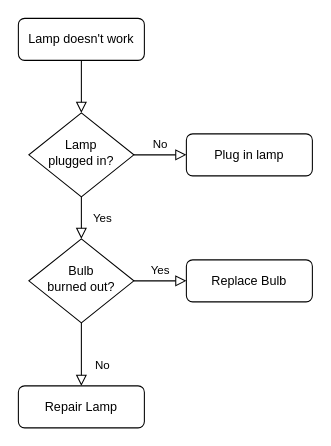
This is trurank_share.drawio from edmundchang/refshare, a draw.io file, before an edit. Source tidied: cells renumbered, new cells numbered last; positions are measured from the earlier drawing's top-left corner, leaving out a move shared by most shapes. Both pictures are drawn from the tidied source at 105%, with x=0, y=0 at pixel (18, 18).
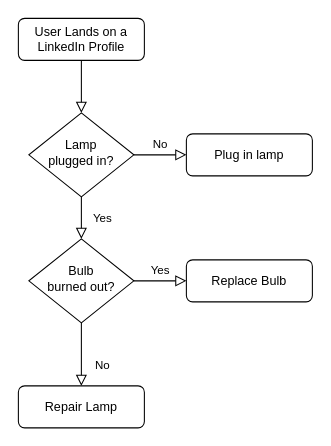
The same diagram, later.

Diff of the diagram source:
```diff
@@
 <mxGraphModel>
   <root>
     <mxCell id="0" />
     <mxCell id="1" parent="0" />
     <mxCell id="2" style="rounded=0;html=1;jettySize=auto;fontSize=11;endArrow=block;endFill=0;endSize=8;strokeWidth=1;shadow=0;labelBackgroundColor=none;edgeStyle=orthogonalEdgeStyle;" parent="1" edge="1" source="3" target="6">
       <mxGeometry relative="1" as="geometry" />
     </mxCell>
-    <mxCell id="3" value="Lamp doesn't work" style="rounded=1;whiteSpace=wrap;html=1;fontSize=12;glass=0;strokeWidth=1;shadow=0;" parent="1" vertex="1">
+    <mxCell id="3" value="User Lands on a LinkedIn Profile" style="rounded=1;whiteSpace=wrap;html=1;fontSize=12;glass=0;strokeWidth=1;shadow=0;" parent="1" vertex="1">
       <mxGeometry width="120" height="40" as="geometry" />
     </mxCell>
     <mxCell id="4" value="Yes" style="rounded=0;html=1;jettySize=auto;fontSize=11;endArrow=block;endFill=0;endSize=8;strokeWidth=1;shadow=0;labelBackgroundColor=none;edgeStyle=orthogonalEdgeStyle;" parent="1" edge="1" source="6" target="10">
       <mxGeometry y="20" relative="1" as="geometry" />
     </mxCell>
     <mxCell id="5" value="No" style="edgeStyle=orthogonalEdgeStyle;rounded=0;html=1;jettySize=auto;fontSize=11;endArrow=block;endFill=0;endSize=8;strokeWidth=1;shadow=0;labelBackgroundColor=none;" parent="1" edge="1" source="6" target="7">
       <mxGeometry y="10" relative="1" as="geometry" />
     </mxCell>
     <mxCell id="6" value="Lamp&lt;br&gt;plugged in?" style="rhombus;whiteSpace=wrap;html=1;shadow=0;fontFamily=Helvetica;fontSize=12;align=center;strokeWidth=1;spacing=6;spacingTop=-4;" parent="1" vertex="1">
       <mxGeometry x="10" y="90" width="100" height="80" as="geometry" />
     </mxCell>
     <mxCell id="7" value="Plug in lamp" style="rounded=1;whiteSpace=wrap;html=1;fontSize=12;glass=0;strokeWidth=1;shadow=0;" parent="1" vertex="1">
       <mxGeometry x="160" y="110" width="120" height="40" as="geometry" />
     </mxCell>
     <mxCell id="8" value="No" style="rounded=0;html=1;jettySize=auto;fontSize=11;endArrow=block;endFill=0;endSize=8;strokeWidth=1;shadow=0;labelBackgroundColor=none;edgeStyle=orthogonalEdgeStyle;" parent="1" edge="1" source="10" target="11">
       <mxGeometry x="0.33" y="20" relative="1" as="geometry" />
     </mxCell>
     <mxCell id="9" value="Yes" style="edgeStyle=orthogonalEdgeStyle;rounded=0;html=1;jettySize=auto;fontSize=11;endArrow=block;endFill=0;endSize=8;strokeWidth=1;shadow=0;labelBackgroundColor=none;" parent="1" edge="1" source="10" target="12">
       <mxGeometry y="10" relative="1" as="geometry" />
     </mxCell>
     <mxCell id="10" value="Bulb&lt;br&gt;burned out?" style="rhombus;whiteSpace=wrap;html=1;shadow=0;fontFamily=Helvetica;fontSize=12;align=center;strokeWidth=1;spacing=6;spacingTop=-4;" parent="1" vertex="1">
       <mxGeometry x="10" y="210" width="100" height="80" as="geometry" />
     </mxCell>
     <mxCell id="11" value="Repair Lamp" style="rounded=1;whiteSpace=wrap;html=1;fontSize=12;glass=0;strokeWidth=1;shadow=0;" parent="1" vertex="1">
       <mxGeometry y="350" width="120" height="40" as="geometry" />
     </mxCell>
     <mxCell id="12" value="Replace Bulb" style="rounded=1;whiteSpace=wrap;html=1;fontSize=12;glass=0;strokeWidth=1;shadow=0;" parent="1" vertex="1">
       <mxGeometry x="160" y="230" width="120" height="40" as="geometry" />
     </mxCell>
   </root>
 </mxGraphModel>
```
